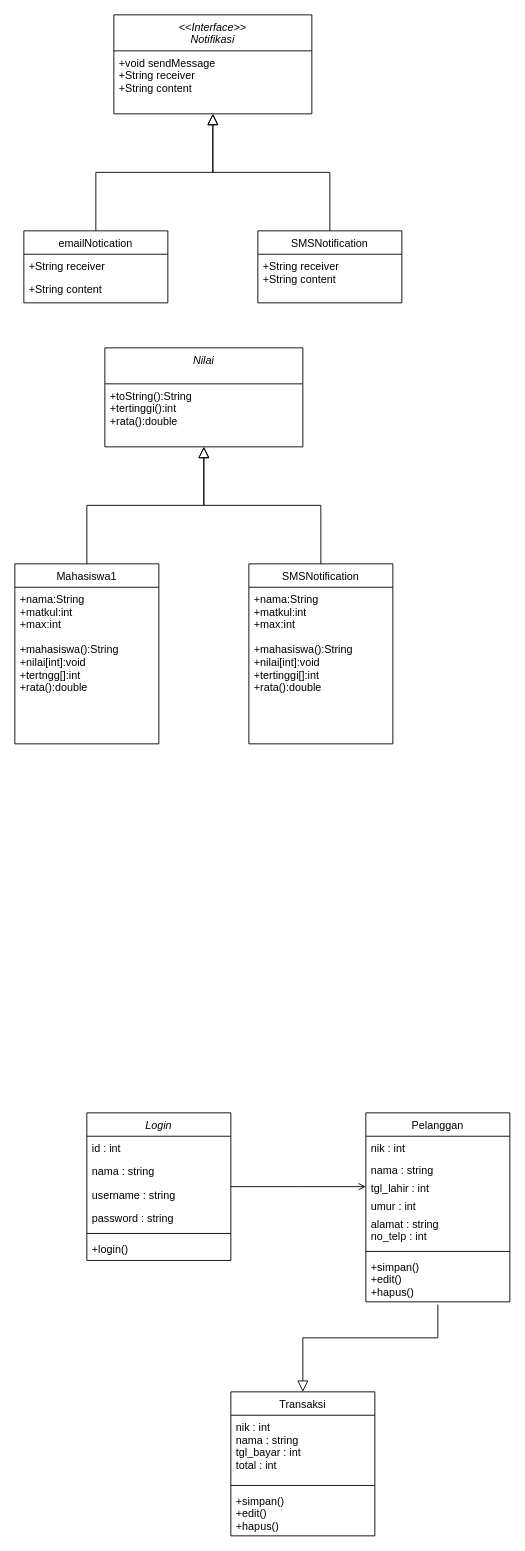
The draw.io diagram Untitled Diagram.drawio in LadyGabriellaNB/ProjectUTS_BPWL, before the edit. Source tidied: cells renumbered, new cells numbered last; positions are measured from the earlier drawing's top-left corner, leaving out a move shared by most shapes. Both pictures are drawn from the tidied source at 90%, with x=0, y=0 at pixel (14, 14).
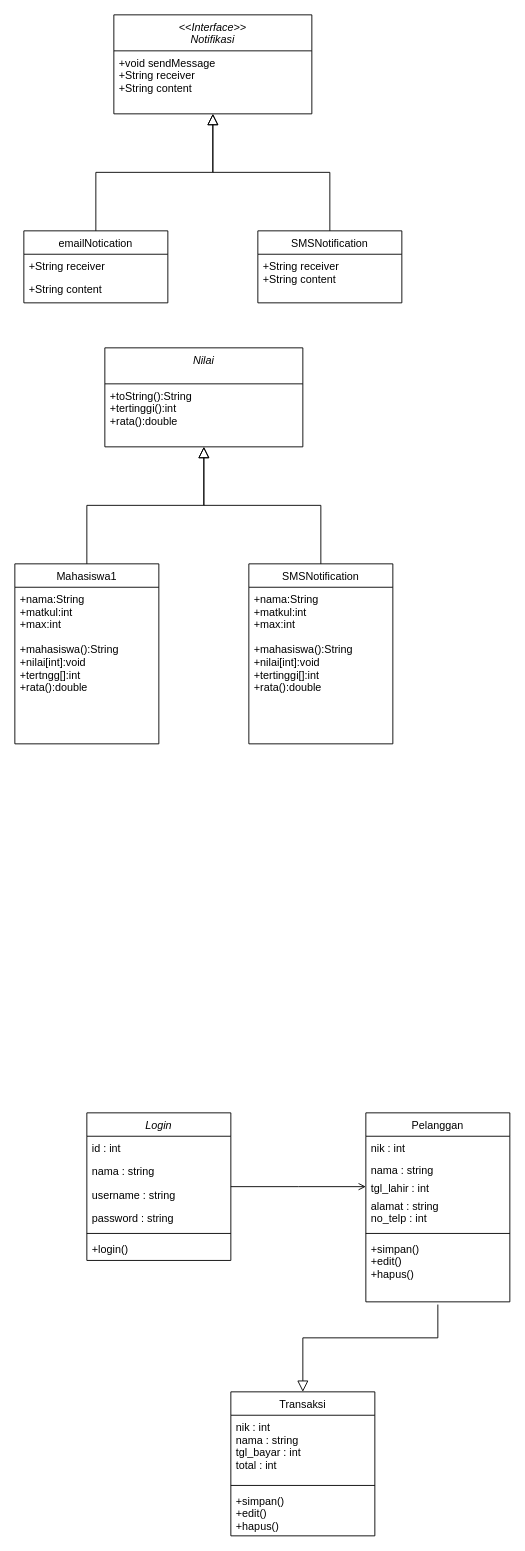
The same page after the edit.

The change refers to these unchanged cells:
```xml
<mxCell id="31" value="Pelanggan" style="swimlane;fontStyle=0;align=center;verticalAlign=top;horizontal=1;startSize=26;rounded=0;shadow=0;strokeWidth=1;" parent="1" vertex="1">
  <mxGeometry x="390" y="1220" width="160" height="210" as="geometry" />
</mxCell>
```

What changed in the source:
```diff
@@
-    <mxCell id="35" value="umur : int" style="text;align=left;verticalAlign=top;spacingLeft=4;spacingRight=4;overflow=hidden;rounded=0;shadow=0;html=0;" parent="31" vertex="1">
-      <mxGeometry y="90" width="160" height="20" as="geometry" />
-    </mxCell>
     <mxCell id="36" value="alamat : string&#10;no_telp : int" style="text;align=left;verticalAlign=top;spacingLeft=4;spacingRight=4;overflow=hidden;rounded=0;shadow=0;html=0;" parent="31" vertex="1">
-      <mxGeometry y="110" width="160" height="40" as="geometry" />
+      <mxGeometry y="90" width="160" height="40" as="geometry" />
     </mxCell>
     <mxCell id="37" style="line;html=1;strokeWidth=1;align=left;verticalAlign=middle;spacingTop=-1;spacingLeft=3;spacingRight=3;labelPosition=right;" parent="31" vertex="1">
-      <mxGeometry y="150" width="160" height="8" as="geometry" />
+      <mxGeometry y="130" width="160" height="8" as="geometry" />
     </mxCell>
     <mxCell id="38" value="+simpan()&#10;+edit()&#10;+hapus()" style="text;align=left;verticalAlign=top;spacingLeft=4;spacingRight=4;overflow=hidden;" parent="31" vertex="1">
-      <mxGeometry y="158" width="160" height="52" as="geometry" />
+      <mxGeometry y="138" width="160" height="52" as="geometry" />
     </mxCell>
```
